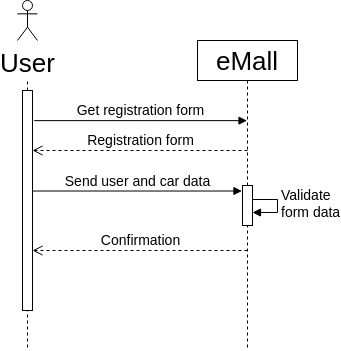
Earlier version of the draw.io export deliverables/sequence_diagrams/register.png (nicolasbenatti/BenattiBiasioloSimonin). Source tidied: cells renumbered, new cells last; positions are measured from the earlier drawing's top-left corner, leaving out a move shared by most shapes.
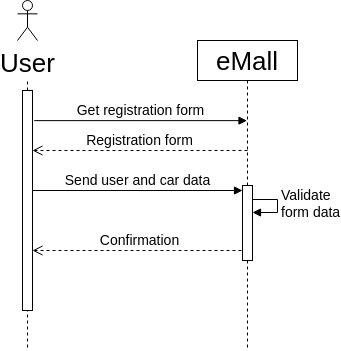
Above is the later version.

What changed in the source:
```diff
@@ -28,7 +28,7 @@
       </mxGeometry>
     </mxCell>
     <mxCell id="6" style="html=1;points=[];perimeter=orthogonalPerimeter;fontSize=14;" parent="3" vertex="1">
-      <mxGeometry x="45" y="145" width="10" height="40" as="geometry" />
+      <mxGeometry x="45" y="145" width="10" height="75" as="geometry" />
     </mxCell>
     <mxCell id="7" value="User" style="shape=umlActor;verticalLabelPosition=bottom;verticalAlign=top;html=1;fontSize=26;" parent="1" vertex="1">
       <mxGeometry width="20" height="40" as="geometry" />
@@ -49,8 +49,11 @@
         <mxPoint x="230" y="150" as="sourcePoint" />
       </mxGeometry>
     </mxCell>
-    <mxCell id="12" value="Send user and car data" style="html=1;verticalAlign=bottom;endArrow=block;rounded=0;fontSize=14;entryX=-0.054;entryY=0.138;entryDx=0;entryDy=0;entryPerimeter=0;" parent="1" edge="1" source="9" target="6">
-      <mxGeometry relative="1" as="geometry" />
+    <mxCell id="12" value="Send user and car data" style="html=1;verticalAlign=bottom;endArrow=block;rounded=0;fontSize=14;labelBackgroundColor=none;" parent="1" edge="1">
+      <mxGeometry relative="1" as="geometry">
+        <mxPoint x="15" y="190" as="sourcePoint" />
+        <mxPoint x="225" y="190" as="targetPoint" />
+      </mxGeometry>
     </mxCell>
   </root>
 </mxGraphModel>
```
